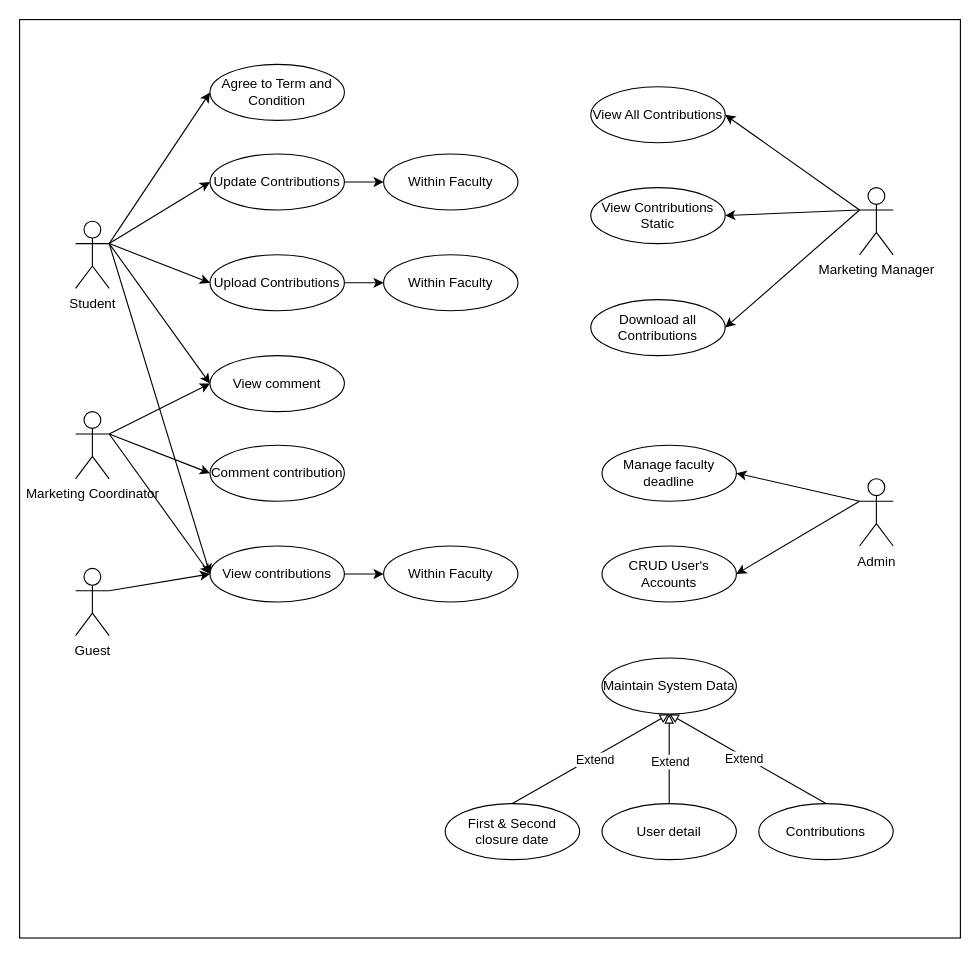
The draw.io diagram Requirement Analysis diagram/use case diagram.drawio in HungBuii/creative_ideas_project_1, before the edit. Source tidied: cells renumbered, new cells numbered last; positions are measured from the earlier drawing's top-left corner, leaving out a move shared by most shapes. Both pictures are drawn from the tidied source at 112%, with x=0, y=0 at pixel (19, 19).
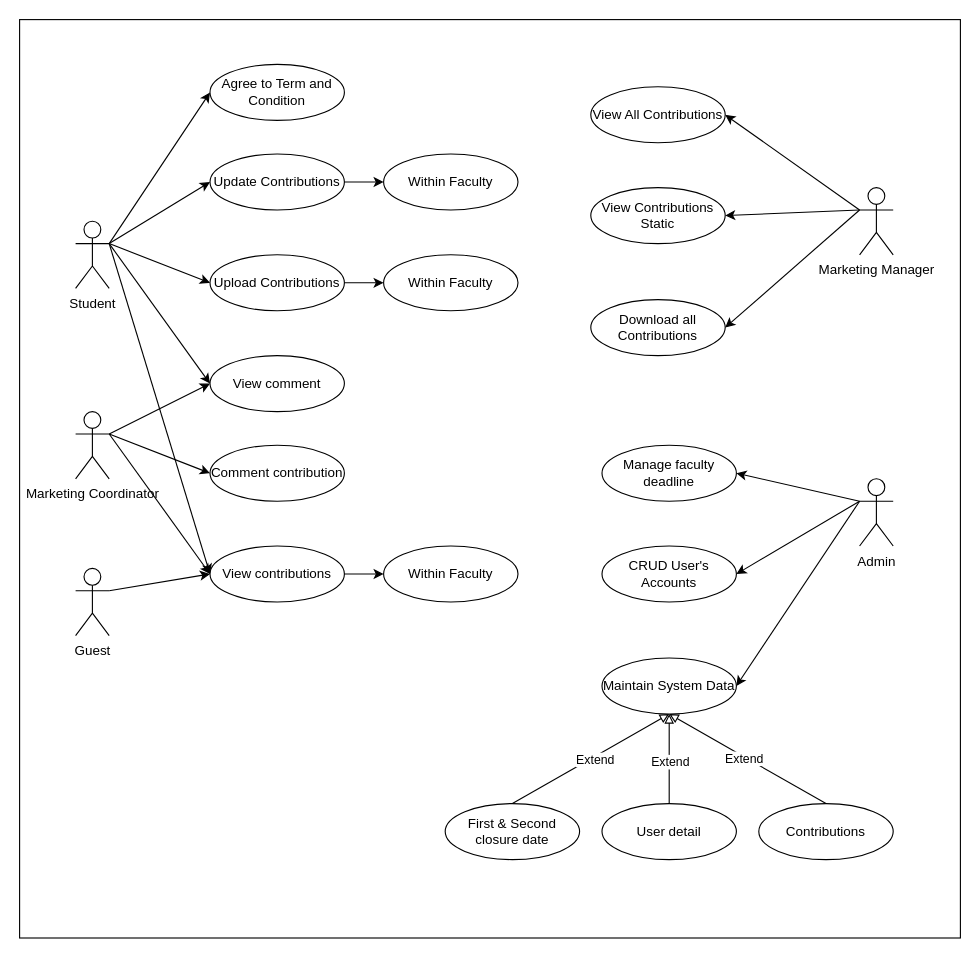
The same diagram, later.

The change refers to these unchanged cells:
```xml
<mxCell id="3" value="Admin" style="shape=umlActor;verticalLabelPosition=bottom;verticalAlign=top;html=1;outlineConnect=0;" parent="1" vertex="1">
  <mxGeometry x="750" y="410" width="30" height="60" as="geometry" />
</mxCell>
<mxCell id="40" value="Maintain System Data" style="ellipse;whiteSpace=wrap;html=1;" parent="1" vertex="1">
  <mxGeometry x="520" y="570" width="120" height="50" as="geometry" />
</mxCell>
```

What changed in the source:
```diff
@@
+    <mxCell id="50" style="endArrow=classic;html=1;rounded=0;exitX=0;exitY=0.3333333333333333;exitDx=0;exitDy=0;exitPerimeter=0;entryX=1;entryY=0.5;entryDx=0;entryDy=0;" parent="1" edge="1" source="3" target="40">
+      <mxGeometry relative="1" as="geometry" />
+    </mxCell>
```
